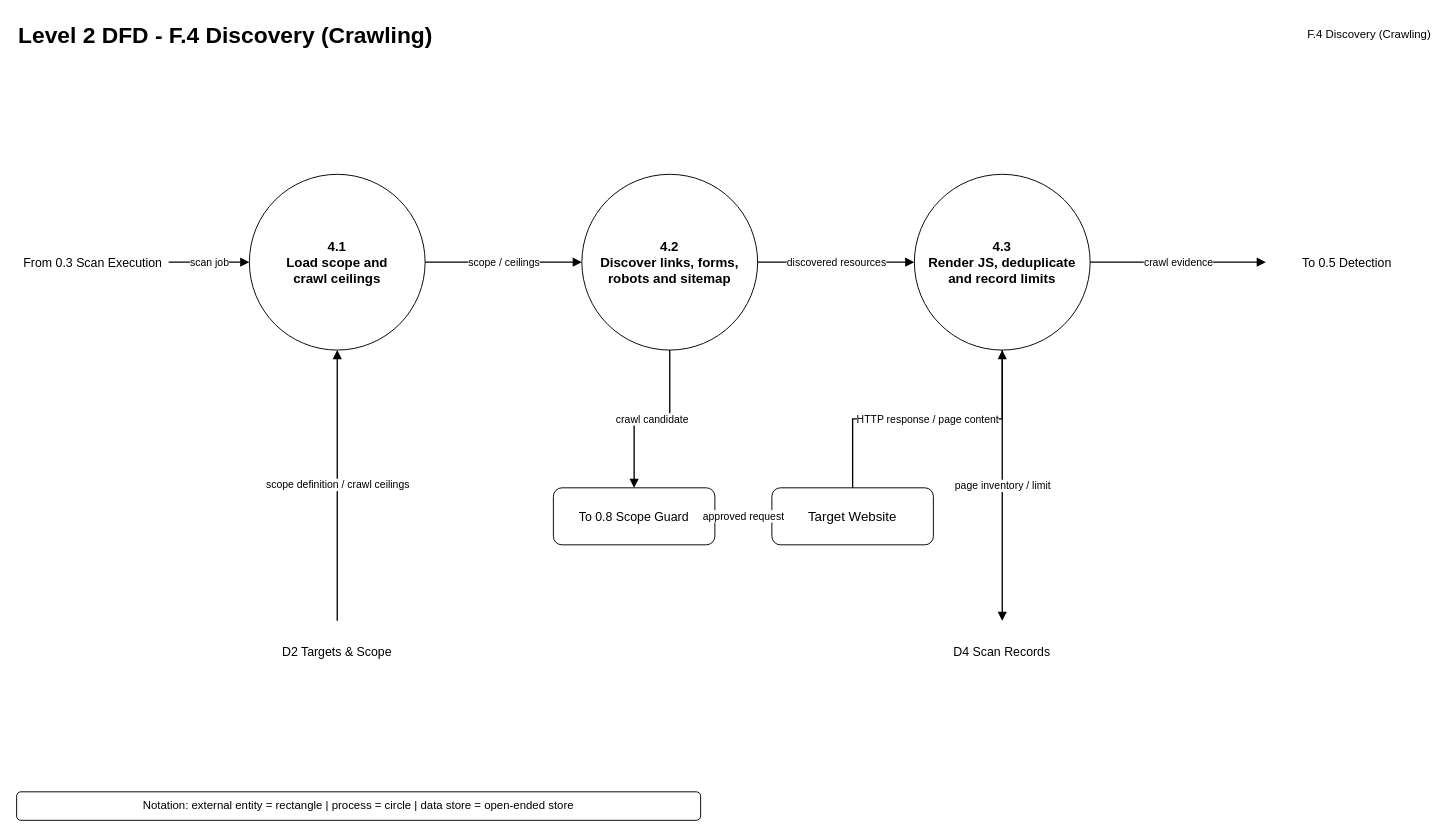
The draw.io diagram page "F.4" (6 of 10) of docs/Website_Vulnerability_Scanner_DFD.drawio in ksacheth/software-engineering, before the edit. Source tidied: cells renumbered, new cells numbered last; positions are measured from the earlier drawing's top-left corner, leaving out a move shared by most shapes. Both pictures are drawn from the tidied source at 95%, with x=0, y=0 at pixel (16, 16).
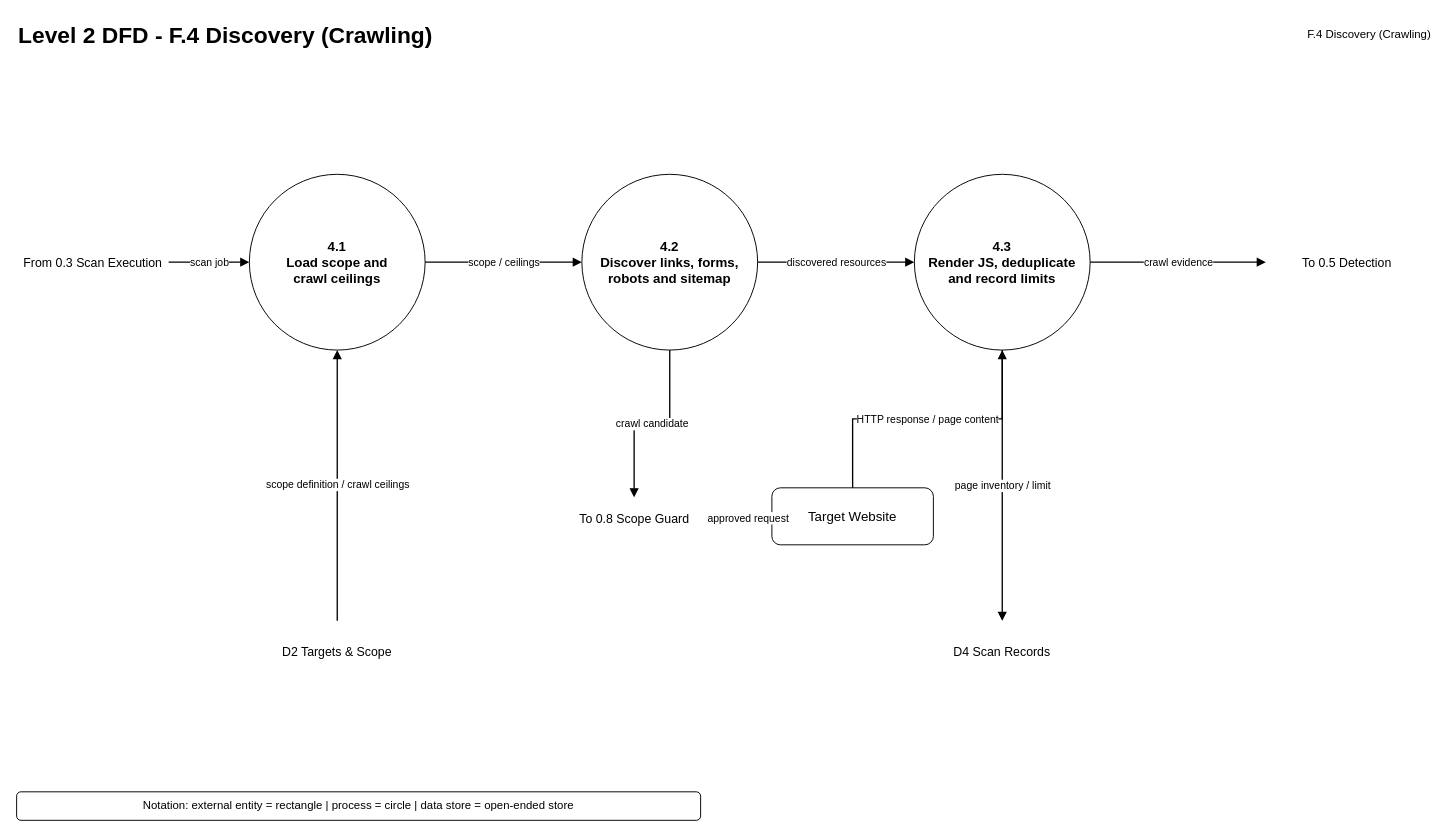
Above is the later version.

Commit message (it also covers changes not shown here):
docs(dfd): correct scope guard notation

What changed in the source:
```diff
@@
-    <mxCell id="18" value="To 0.8 Scope Guard" style="rounded=1;whiteSpace=wrap;html=1;fillColor=#ffffff;strokeColor=#000000;fontSize=13;fontColor=#000000;" parent="1" vertex="1">
-      <mxGeometry x="565" y="496" width="170" height="60" as="geometry" />
+    <mxCell id="18" value="To 0.8 Scope Guard" style="text;html=1;align=center;verticalAlign=middle;fontSize=13;fontColor=#000000;" parent="1" vertex="1">
+      <mxGeometry x="555" y="506" width="190" height="45" as="geometry" />
     </mxCell>
```
